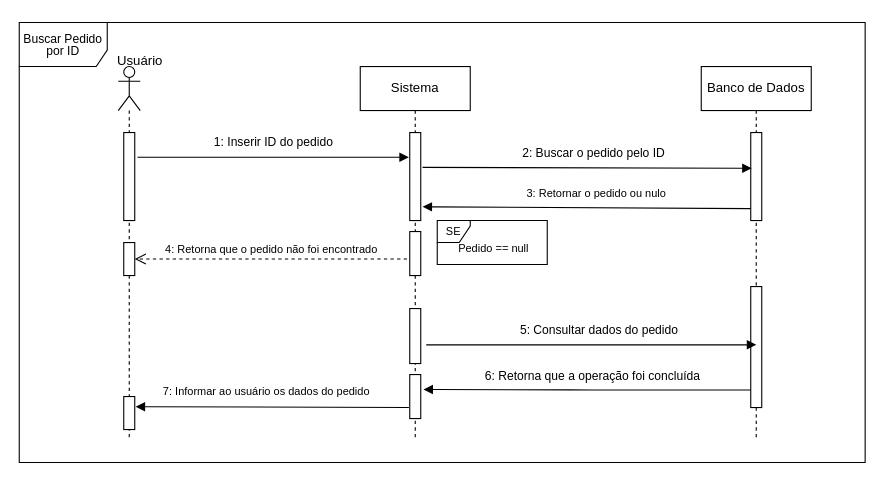
Before: Doc/UML/Sequencia/BuscarPedido.drawio in JoaopedroSassi/GoldCS-BackEnd, a draw.io diagram. Source tidied: cells renumbered, new cells numbered last; positions are measured from the earlier drawing's top-left corner, leaving out a move shared by most shapes. Both pictures are drawn from the tidied source at 110%, with x=0, y=0 at pixel (19, 22).
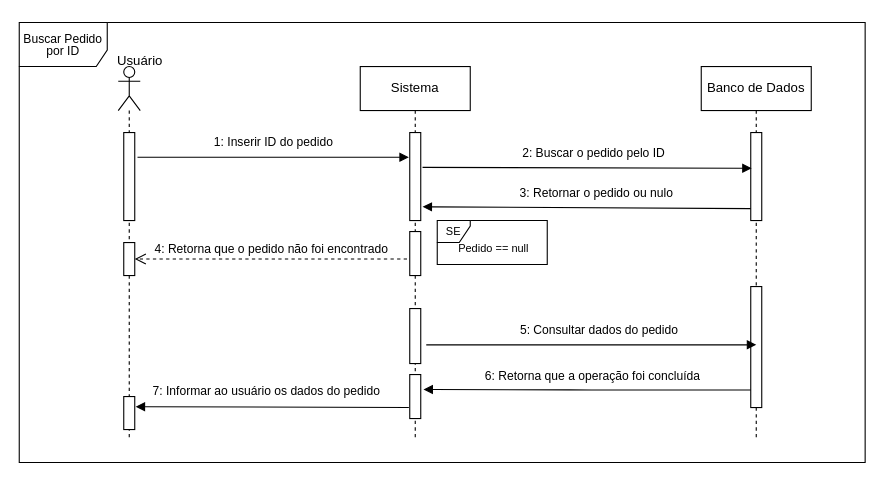
Above is the later version.

Commit message:
Atualizando buscar pedido

The change refers to these unchanged cells:
```xml
<mxCell id="5" style="html=1;points=[];perimeter=orthogonalPerimeter;" parent="3" vertex="1">
  <mxGeometry x="45" y="150" width="10" height="40" as="geometry" />
</mxCell>
<mxCell id="10" style="html=1;points=[];perimeter=orthogonalPerimeter;" parent="8" vertex="1">
  <mxGeometry x="5" y="160" width="10" height="30" as="geometry" />
</mxCell>
```

Change to the diagram source:
```diff
@@
-    <mxCell id="22" value="3: Retornar o pedido ou nulo" style="text;html=1;strokeColor=none;fillColor=none;align=center;verticalAlign=middle;whiteSpace=wrap;rounded=0;fontSize=10;" parent="1" vertex="1">
+    <mxCell id="22" value="&lt;font style=&quot;font-size: 11px;&quot;&gt;3: Retornar o pedido ou nulo&lt;/font&gt;" style="text;html=1;strokeColor=none;fillColor=none;align=center;verticalAlign=middle;whiteSpace=wrap;rounded=0;fontSize=10;" parent="1" vertex="1">
       <mxGeometry x="430" y="140" width="190" height="30" as="geometry" />
     </mxCell>
@@
-    <mxCell id="24" value="4: Retorna que o pedido não foi encontrado" style="html=1;verticalAlign=bottom;endArrow=open;dashed=1;endSize=8;fontSize=10;exitX=-0.25;exitY=0.625;exitDx=0;exitDy=0;exitPerimeter=0;entryX=1;entryY=0.5;entryDx=0;entryDy=0;entryPerimeter=0;" parent="1" edge="1" source="5" target="10">
+    <mxCell id="24" value="&lt;font style=&quot;font-size: 11px;&quot;&gt;4: Retorna que o pedido não foi encontrado&lt;/font&gt;" style="html=1;verticalAlign=bottom;endArrow=open;dashed=1;endSize=8;fontSize=10;exitX=-0.25;exitY=0.625;exitDx=0;exitDy=0;exitPerimeter=0;entryX=1;entryY=0.5;entryDx=0;entryDy=0;entryPerimeter=0;" parent="1" edge="1" source="5" target="10">
       <mxGeometry relative="1" as="geometry" />
     </mxCell>
@@
-    <mxCell id="30" value="7: Informar ao usuário os dados do pedido" style="text;html=1;strokeColor=none;fillColor=none;align=center;verticalAlign=middle;whiteSpace=wrap;rounded=0;fontSize=10;" parent="1" vertex="1">
+    <mxCell id="30" value="&lt;font style=&quot;font-size: 11px;&quot;&gt;7: Informar ao usuário os dados do pedido&lt;/font&gt;" style="text;html=1;strokeColor=none;fillColor=none;align=center;verticalAlign=middle;whiteSpace=wrap;rounded=0;fontSize=10;" parent="1" vertex="1">
       <mxGeometry x="90" y="320" width="270" height="30" as="geometry" />
     </mxCell>
```
